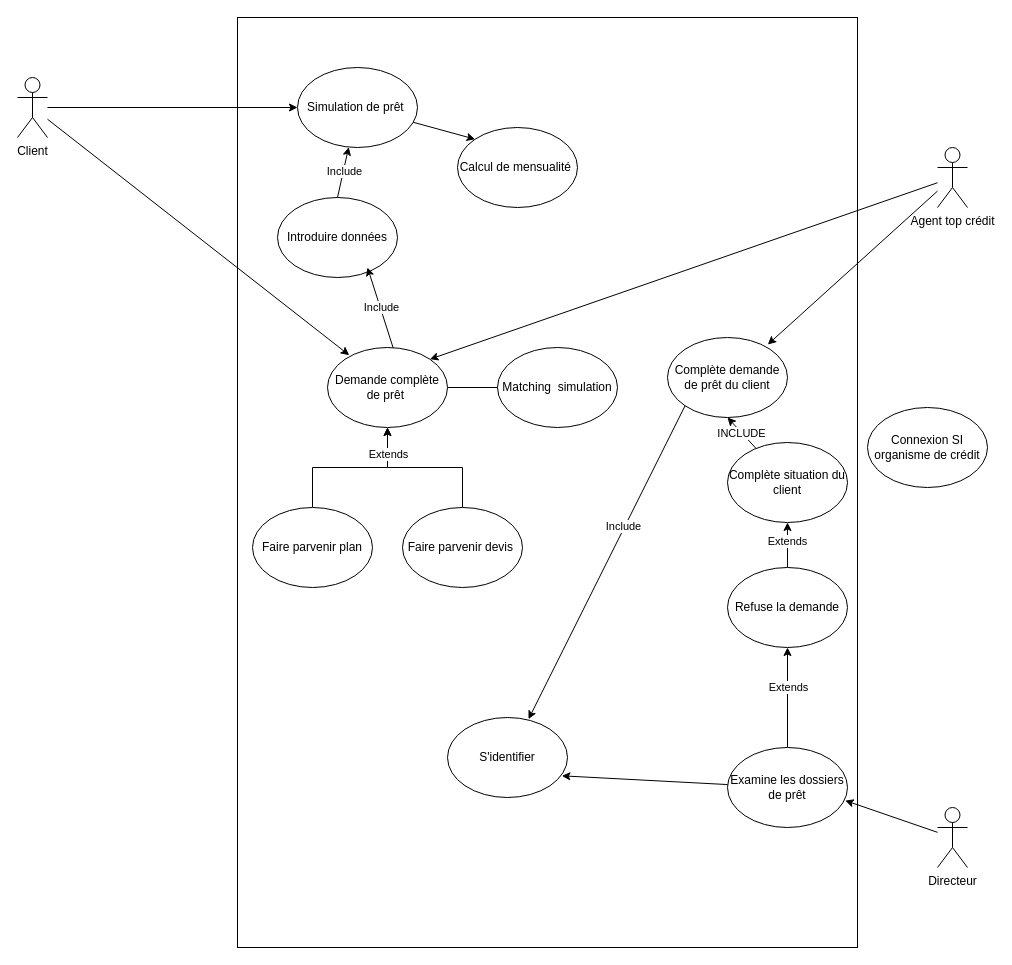
Above: Top crédit.drawio in michaelnba23/Ichec (draw.io), before the change. Source tidied: cells renumbered, new cells numbered last; positions are measured from the earlier drawing's top-left corner, leaving out a move shared by most shapes. Both pictures are drawn from the tidied source at 100%, with x=0, y=0 at pixel (17, 17).
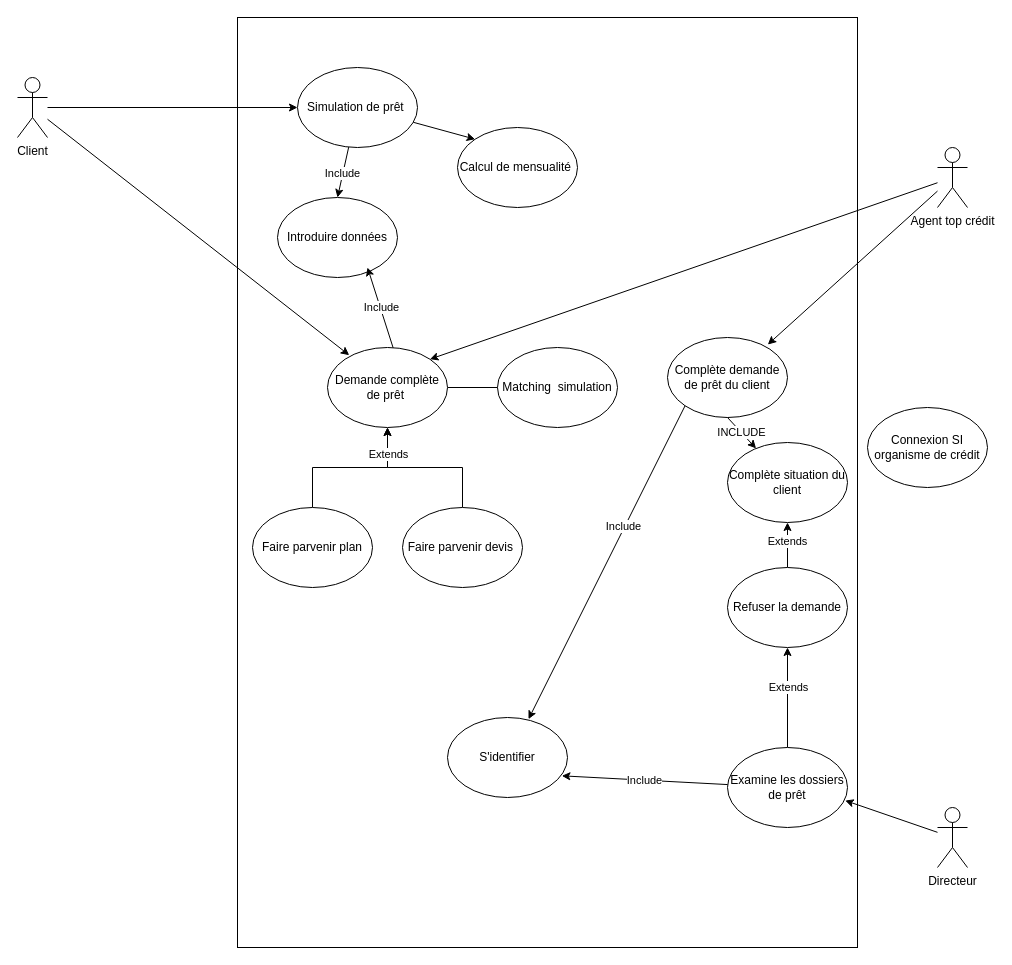
Above is the later version.

Commit message:
Mettre à jour Top crédit.drawio

The change refers to these unchanged cells:
```xml
<mxCell id="9" value="S'identifier" style="ellipse;whiteSpace=wrap;html=1;" parent="1" vertex="1">
  <mxGeometry x="430" y="700" width="120" height="80" as="geometry" />
</mxCell>
<mxCell id="16" value="Complète demande de prêt du client" style="ellipse;whiteSpace=wrap;html=1;" parent="1" vertex="1">
  <mxGeometry x="650" y="320" width="120" height="80" as="geometry" />
</mxCell>
<mxCell id="17" value="Complète situation du client" style="ellipse;whiteSpace=wrap;html=1;" parent="1" vertex="1">
  <mxGeometry x="710" y="425" width="120" height="80" as="geometry" />
</mxCell>
<mxCell id="20" value="Examine les dossiers de prêt" style="ellipse;whiteSpace=wrap;html=1;" parent="1" vertex="1">
  <mxGeometry x="710" y="730" width="120" height="80" as="geometry" />
</mxCell>
<mxCell id="24" value="Simulation de prêt&amp;nbsp;" style="ellipse;whiteSpace=wrap;html=1;" parent="1" vertex="1">
  <mxGeometry x="280" y="50" width="120" height="80" as="geometry" />
</mxCell>
<mxCell id="25" value="Introduire données" style="ellipse;whiteSpace=wrap;html=1;" parent="1" vertex="1">
  <mxGeometry x="260" y="180" width="120" height="80" as="geometry" />
</mxCell>
```

Diff of the diagram source:
```diff
@@
-    <mxCell id="12" value="Refuse la demande" style="ellipse;whiteSpace=wrap;html=1;" parent="1" vertex="1">
+    <mxCell id="12" value="Refuser la demande" style="ellipse;whiteSpace=wrap;html=1;" parent="1" vertex="1">
       <mxGeometry x="710" y="550" width="120" height="80" as="geometry" />
     </mxCell>
@@
-    <mxCell id="26" style="endArrow=classic;html=1;rounded=0;exitX=0.5;exitY=0;exitDx=0;exitDy=0;" parent="1" edge="1" source="25" target="24">
+    <mxCell id="26" style="endArrow=classic;html=1;rounded=0;entryX=0.5;entryY=0;entryDx=0;entryDy=0;" parent="1" edge="1" source="24" target="25">
       <mxGeometry relative="1" as="geometry" />
     </mxCell>
@@
-    <mxCell id="35" value="INCLUDE" style="endArrow=classic;html=1;rounded=0;entryX=0.5;entryY=1;entryDx=0;entryDy=0;" parent="1" edge="1" source="17" target="16">
+    <mxCell id="35" value="INCLUDE" style="endArrow=classic;html=1;rounded=0;exitX=0.5;exitY=1;exitDx=0;exitDy=0;" parent="1" edge="1" source="16" target="17">
       <mxGeometry relative="1" as="geometry" />
     </mxCell>
@@
-    <mxCell id="40" style="endArrow=classic;html=1;rounded=0;entryX=0.953;entryY=0.729;entryDx=0;entryDy=0;entryPerimeter=0;" parent="1" edge="1" source="20" target="9">
+    <mxCell id="40" value="Include" style="endArrow=classic;html=1;rounded=0;entryX=0.953;entryY=0.729;entryDx=0;entryDy=0;entryPerimeter=0;" parent="1" edge="1" source="20" target="9">
       <mxGeometry relative="1" as="geometry" />
     </mxCell>
```
